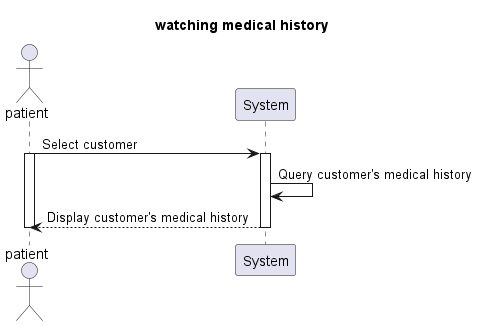
The PlantUML diagram Lab1.2/Sequence diagram/WatchHistory_sequence.png in baonehe/SE357-Pratice-class, before a commit. Its diagram source:
```plantuml
@startuml
Title watching medical history

actor patient
participant System

patient -> System: Select customer
activate patient
activate System
System -> System: Query customer's medical history
System --> patient: Display customer's medical history
deactivate System
deactivate patient
@enduml
```
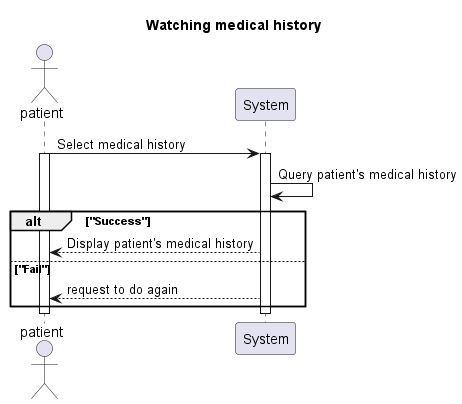
After the commit.

The edit, as a diff of the source:
```diff
@@ -1,14 +1,18 @@
 @startuml
-Title watching medical history
+Title Watching medical history
 
 actor patient
 participant System
 
-patient -> System: Select customer
+patient -> System: Select medical history
 activate patient
 activate System
-System -> System: Query customer's medical history
-System --> patient: Display customer's medical history
+System -> System: Query patient's medical history
+alt "Success"
+System --> patient: Display patient's medical history
+else "Fail"
+System --> patient: request to do again
+end
 deactivate System
 deactivate patient
 @enduml
```
